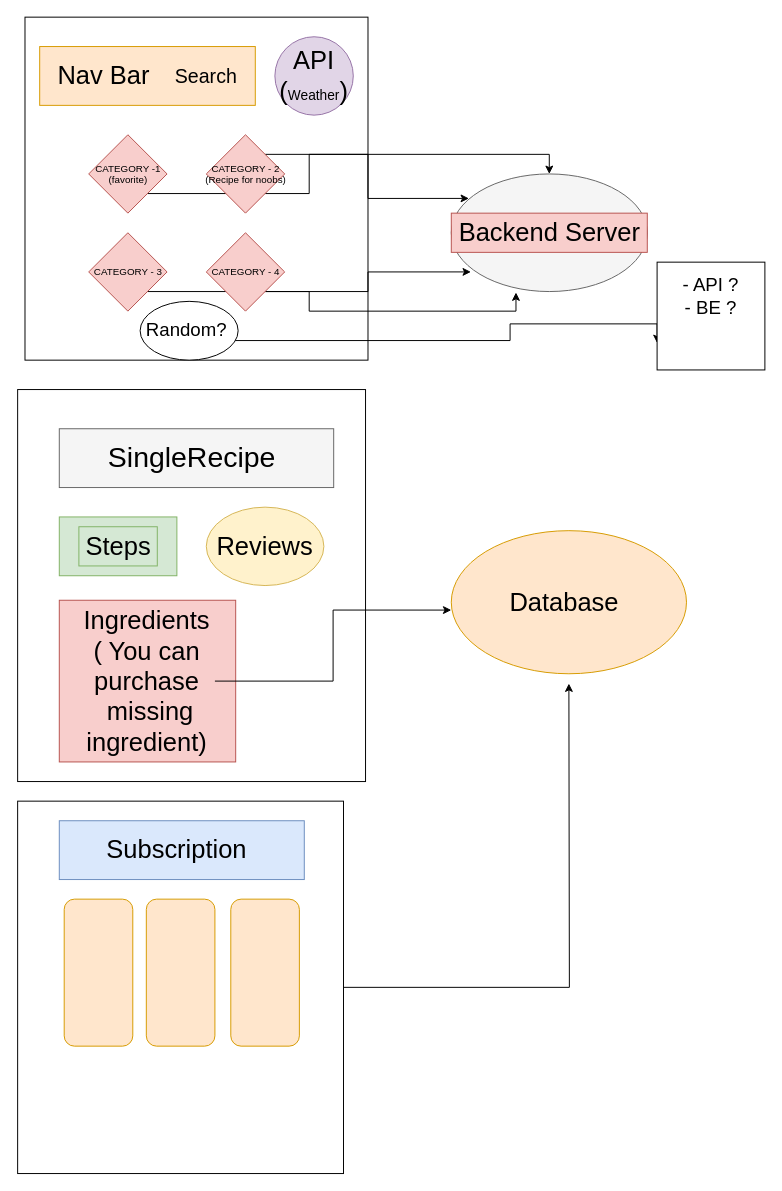
Earlier version of the draw.io diagram Final-Project.drawio (tontruongdao/m1-1-htmlcss--html). Source tidied: cells renumbered, new cells numbered last; positions are measured from the earlier drawing's top-left corner, leaving out a move shared by most shapes. Both pictures are drawn from the tidied source at 98%, with x=0, y=0 at pixel (18, 17).
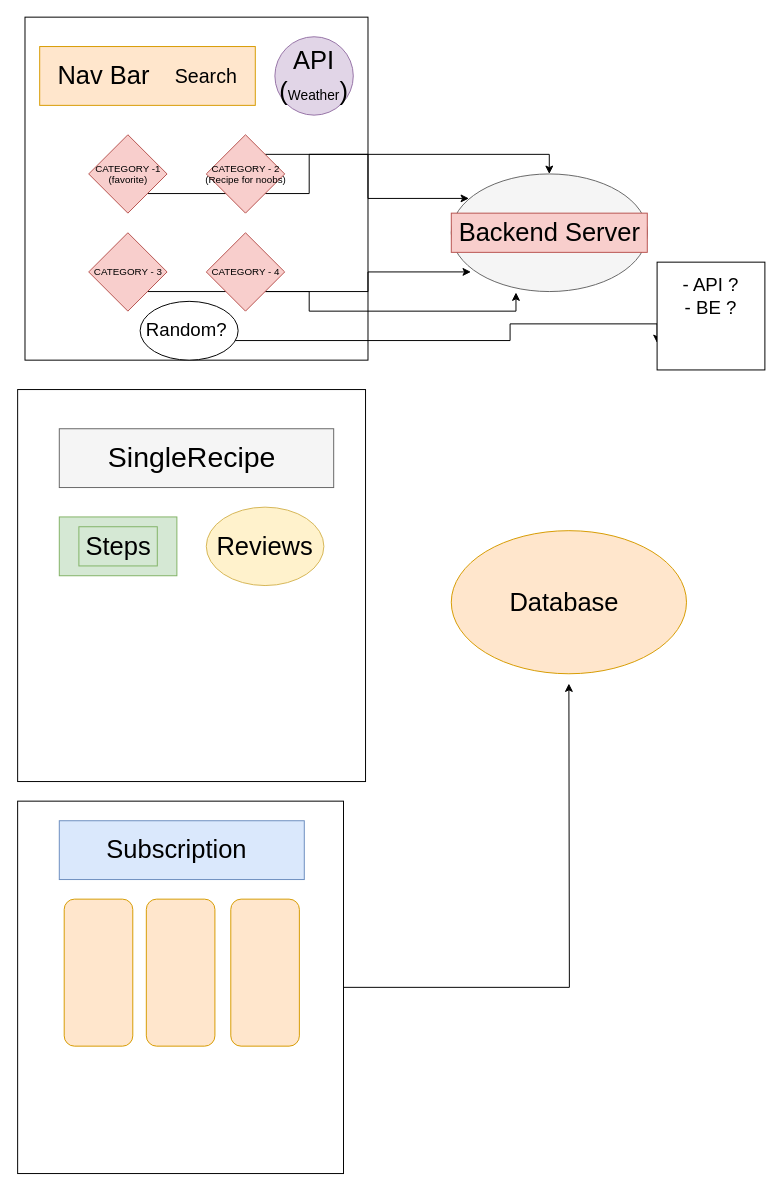
The same diagram, later.

The change refers to these unchanged cells:
```xml
<mxCell id="25" style="ellipse;whiteSpace=wrap;html=1;fontSize=26;fillColor=#ffe6cc;strokeColor=#d79b00;" parent="1" vertex="1">
  <mxGeometry x="442" y="524" width="240" height="146" as="geometry" />
</mxCell>
```

What changed in the source:
```diff
@@
-    <mxCell id="22" style="rounded=0;whiteSpace=wrap;html=1;fontSize=26;fillColor=#f8cecc;strokeColor=#b85450;" parent="1" vertex="1">
-      <mxGeometry x="42" y="595" width="180" height="165" as="geometry" />
-    </mxCell>
-    <mxCell id="23" style="edgeStyle=orthogonalEdgeStyle;rounded=0;jettySize=auto;html=1;entryX=0;entryY=0.555;entryDx=0;entryDy=0;entryPerimeter=0;fontSize=26;" parent="1" edge="1" source="24" target="25">
-      <mxGeometry relative="1" as="geometry" />
-    </mxCell>
-    <mxCell id="24" value="Ingredients&lt;br&gt;( You can &lt;br&gt;purchase&lt;br&gt;&amp;nbsp;missing&lt;br&gt;ingredient)" style="text;html=1;align=center;verticalAlign=middle;points=[];fillColor=none;strokeColor=none;rounded=0;fontSize=26;" parent="1" vertex="1">
-      <mxGeometry x="60.8" y="597.5" width="140" height="160" as="geometry" />
-    </mxCell>
```
